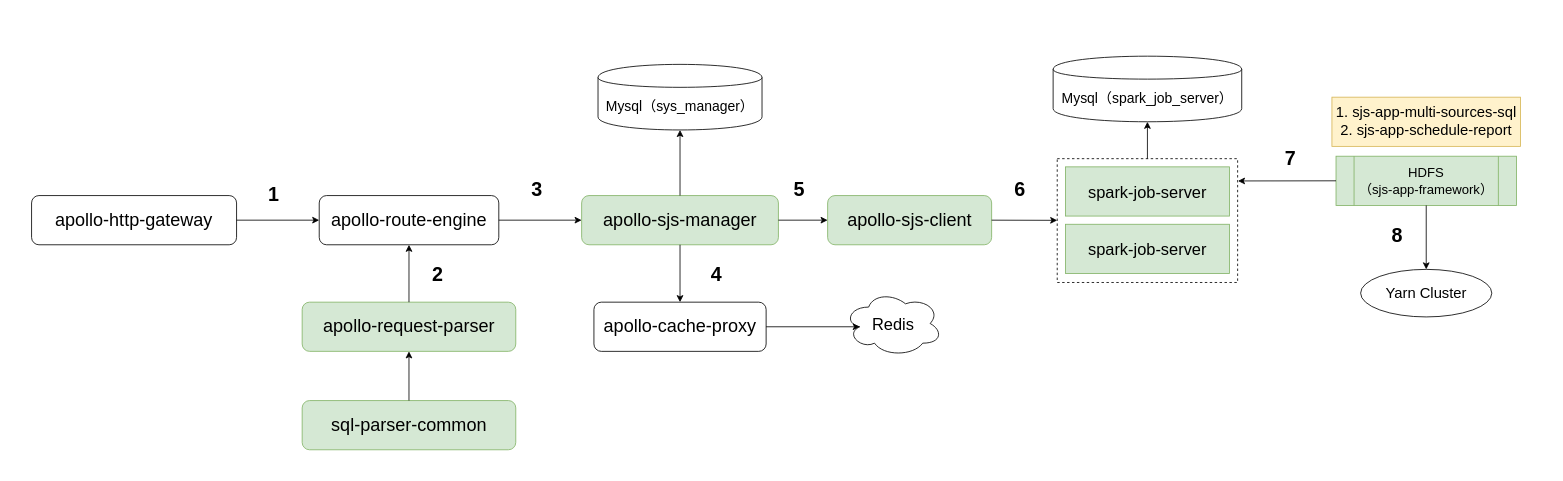
This is map/sjs架构图.drawio from imperio-wxm/draw, a draw.io file, before an edit. Source tidied: cells renumbered, new cells numbered last; positions are measured from the earlier drawing's top-left corner, leaving out a move shared by most shapes. Both pictures are drawn from the tidied source at 82%, with x=0, y=0 at pixel (31, 56).
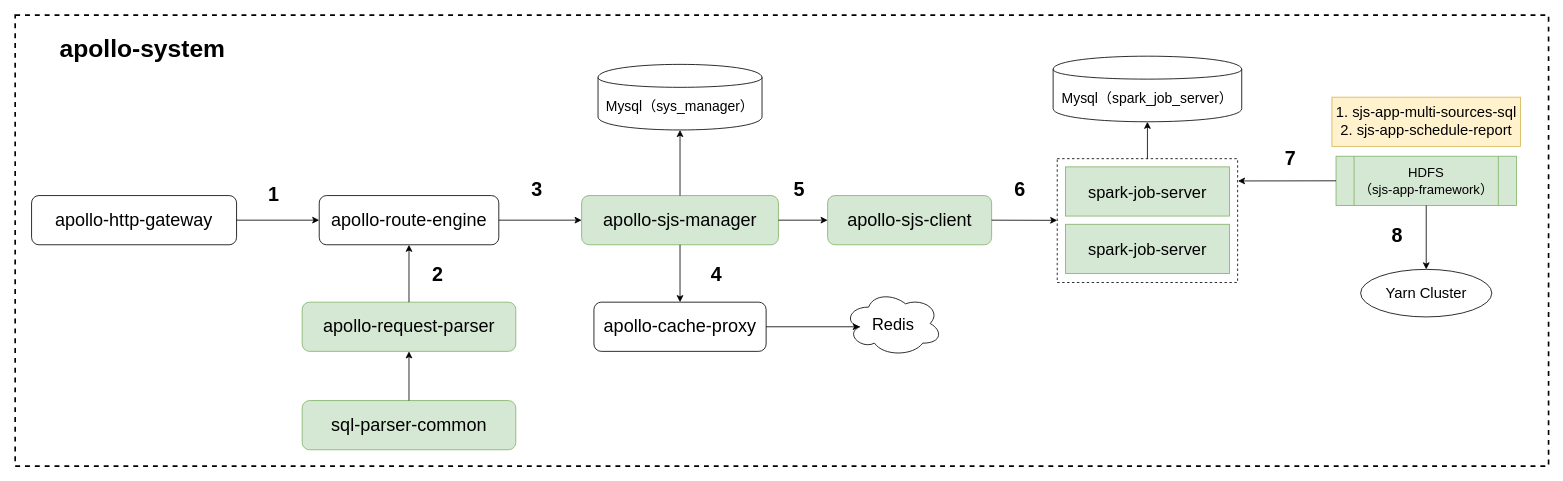
The same diagram, later.

Commit message:
更新sjs架构图.drawio

The edit, as a diff of the source:
```diff
@@
+    <mxCell id="39" value="&lt;font style=&quot;font-size: 30px&quot;&gt;apollo-system&lt;/font&gt;" style="text;strokeColor=none;fillColor=none;html=1;fontSize=24;fontStyle=1;verticalAlign=middle;align=center;" parent="1" vertex="1">
+      <mxGeometry x="20" y="-40" width="230" height="60" as="geometry" />
+    </mxCell>
+    <mxCell id="40" style="rounded=0;whiteSpace=wrap;html=1;dashed=1;fillColor=none;strokeWidth=2;" parent="1" vertex="1">
+      <mxGeometry x="-20" y="-50" width="1870" height="550" as="geometry" />
+    </mxCell>
```
